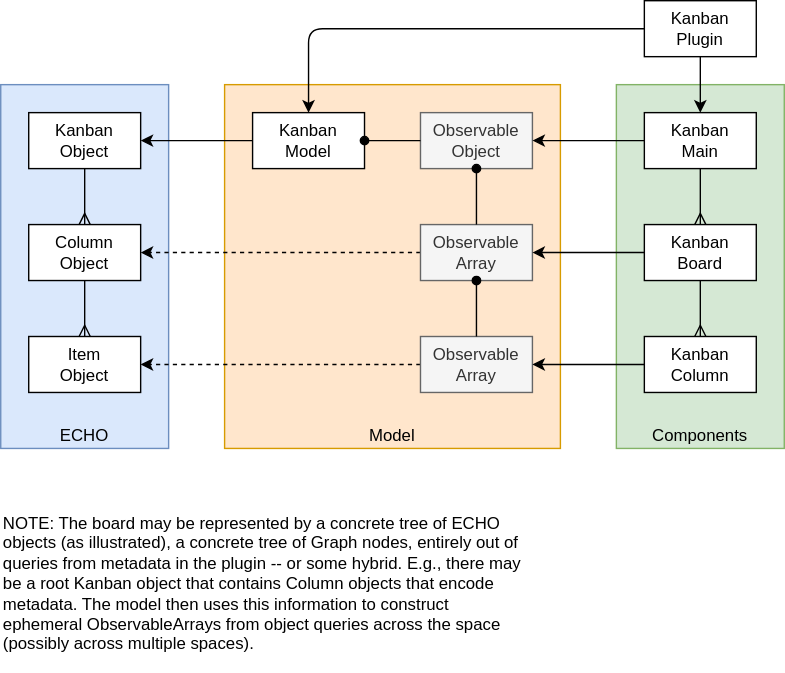
This is packages/apps/plugins/plugin-kanban/docs/plugin-model.drawio.svg from dxos/dxos, a draw.io export, as it was before one commit. Source tidied: cells renumbered, new cells last; positions are measured from the earlier drawing's top-left corner, leaving out a move shared by most shapes.
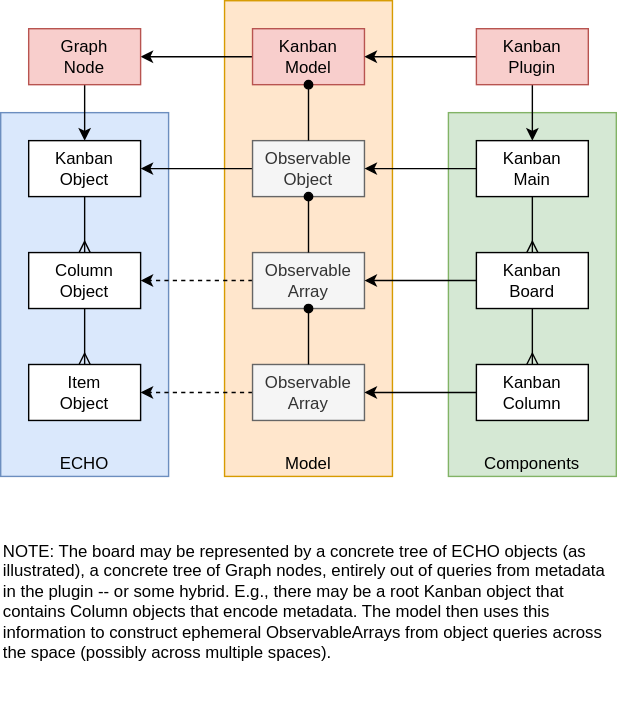
Later version of the same file.

Diff of the diagram source:
```diff
@@ -6,31 +6,34 @@
       <mxGeometry x="440" y="60" width="120" height="260" as="geometry" />
     </mxCell>
     <mxCell id="3" value="Model" style="rounded=0;whiteSpace=wrap;html=1;fillColor=#ffe6cc;strokeColor=#d79b00;verticalAlign=bottom;" parent="1" vertex="1">
-      <mxGeometry x="160" y="60" width="240" height="260" as="geometry" />
+      <mxGeometry x="280" y="-20" width="120" height="340" as="geometry" />
     </mxCell>
     <mxCell id="4" value="ECHO" style="rounded=0;whiteSpace=wrap;html=1;fillColor=#dae8fc;strokeColor=#6c8ebf;verticalAlign=bottom;" parent="1" vertex="1">
-      <mxGeometry y="60" width="120" height="260" as="geometry" />
+      <mxGeometry x="120" y="60" width="120" height="260" as="geometry" />
     </mxCell>
-    <mxCell id="5" style="edgeStyle=none;html=1;exitX=0;exitY=0.5;exitDx=0;exitDy=0;endArrow=classic;endFill=1;" parent="1" edge="1" source="6" target="8">
+    <mxCell id="5" style="edgeStyle=none;html=1;endArrow=classic;endFill=1;" parent="1" edge="1" source="14" target="8">
       <mxGeometry relative="1" as="geometry" />
     </mxCell>
+    <mxCell id="32" style="edgeStyle=none;html=1;exitX=0;exitY=0.5;exitDx=0;exitDy=0;entryX=1;entryY=0.5;entryDx=0;entryDy=0;" parent="1" edge="1" source="6" target="34">
+      <mxGeometry relative="1" as="geometry" />
+    </mxCell>
-    <mxCell id="6" value="Kanban&lt;br&gt;Model" style="rounded=0;whiteSpace=wrap;html=1;" parent="1" vertex="1">
-      <mxGeometry x="180" y="80" width="80" height="40" as="geometry" />
+    <mxCell id="6" value="Kanban&lt;br&gt;Model" style="rounded=0;whiteSpace=wrap;html=1;fillColor=#f8cecc;strokeColor=#b85450;" parent="1" vertex="1">
+      <mxGeometry x="300" width="80" height="40" as="geometry" />
     </mxCell>
     <mxCell id="7" style="edgeStyle=none;html=1;exitX=0.5;exitY=1;exitDx=0;exitDy=0;entryX=0.5;entryY=0;entryDx=0;entryDy=0;endArrow=ERmany;endFill=0;" parent="1" edge="1" source="8" target="10">
       <mxGeometry relative="1" as="geometry" />
     </mxCell>
     <mxCell id="8" value="Kanban&lt;br&gt;Object" style="rounded=0;whiteSpace=wrap;html=1;" parent="1" vertex="1">
-      <mxGeometry x="20" y="80" width="80" height="40" as="geometry" />
+      <mxGeometry x="140" y="80" width="80" height="40" as="geometry" />
     </mxCell>
     <mxCell id="9" style="edgeStyle=none;html=1;exitX=0.5;exitY=1;exitDx=0;exitDy=0;entryX=0.5;entryY=0;entryDx=0;entryDy=0;endArrow=ERmany;endFill=0;" parent="1" edge="1" source="10" target="11">
       <mxGeometry relative="1" as="geometry" />
     </mxCell>
     <mxCell id="10" value="Column&lt;br&gt;Object" style="rounded=0;whiteSpace=wrap;html=1;" parent="1" vertex="1">
-      <mxGeometry x="20" y="160" width="80" height="40" as="geometry" />
+      <mxGeometry x="140" y="160" width="80" height="40" as="geometry" />
     </mxCell>
     <mxCell id="11" value="Item&lt;br&gt;Object" style="rounded=0;whiteSpace=wrap;html=1;" parent="1" vertex="1">
-      <mxGeometry x="20" y="240" width="80" height="40" as="geometry" />
+      <mxGeometry x="140" y="240" width="80" height="40" as="geometry" />
     </mxCell>
     <mxCell id="12" style="edgeStyle=none;html=1;exitX=0;exitY=0.5;exitDx=0;exitDy=0;dashed=1;startArrow=none;startFill=0;endArrow=classic;endFill=1;" parent="1" edge="1" source="13" target="10">
       <mxGeometry relative="1" as="geometry" />
@@ -53,12 +56,8 @@
     <mxCell id="18" style="edgeStyle=none;html=1;exitX=0.5;exitY=1;exitDx=0;exitDy=0;entryX=0.5;entryY=0;entryDx=0;entryDy=0;startArrow=oval;startFill=1;endArrow=none;endFill=0;" parent="1" edge="1" source="13" target="17">
       <mxGeometry relative="1" as="geometry" />
     </mxCell>
-    <mxCell id="19" style="edgeStyle=none;html=1;entryX=0;entryY=0.5;entryDx=0;entryDy=0;startArrow=oval;startFill=1;endArrow=none;endFill=0;" parent="1" edge="1" source="6" target="14">
-      <mxGeometry relative="1" as="geometry">
-        <Array as="points">
-          <mxPoint x="280" y="100" />
-        </Array>
-      </mxGeometry>
+    <mxCell id="19" style="edgeStyle=none;html=1;startArrow=oval;startFill=1;endArrow=none;endFill=0;" parent="1" edge="1" source="6" target="14">
+      <mxGeometry relative="1" as="geometry" />
     </mxCell>
     <mxCell id="20" style="edgeStyle=none;html=1;exitX=0;exitY=0.5;exitDx=0;exitDy=0;entryX=1;entryY=0.5;entryDx=0;entryDy=0;startArrow=none;startFill=0;endArrow=classic;endFill=1;" parent="1" edge="1" source="22" target="14">
       <mxGeometry relative="1" as="geometry" />
@@ -87,18 +86,20 @@
     <mxCell id="28" style="edgeStyle=none;html=1;exitX=0.5;exitY=1;exitDx=0;exitDy=0;entryX=0.5;entryY=0;entryDx=0;entryDy=0;startArrow=none;startFill=0;endArrow=classic;endFill=1;" parent="1" edge="1" source="30" target="22">
       <mxGeometry relative="1" as="geometry" />
     </mxCell>
-    <mxCell id="29" style="edgeStyle=none;html=1;exitX=0;exitY=0.5;exitDx=0;exitDy=0;entryX=0.5;entryY=0;entryDx=0;entryDy=0;startArrow=none;startFill=0;endArrow=classic;endFill=1;" parent="1" edge="1" source="30" target="6">
-      <mxGeometry relative="1" as="geometry">
-        <Array as="points">
-          <mxPoint x="220" y="20" />
-        </Array>
-      </mxGeometry>
+    <mxCell id="29" style="edgeStyle=none;html=1;exitX=0;exitY=0.5;exitDx=0;exitDy=0;startArrow=none;startFill=0;endArrow=classic;endFill=1;" parent="1" edge="1" source="30" target="6">
+      <mxGeometry relative="1" as="geometry" />
     </mxCell>
-    <mxCell id="30" value="Kanban&lt;br&gt;Plugin" style="rounded=0;whiteSpace=wrap;html=1;" parent="1" vertex="1">
+    <mxCell id="30" value="Kanban&lt;br&gt;Plugin" style="rounded=0;whiteSpace=wrap;html=1;fillColor=#f8cecc;strokeColor=#b85450;" parent="1" vertex="1">
       <mxGeometry x="460" width="80" height="40" as="geometry" />
     </mxCell>
     <mxCell id="31" value="NOTE: The board may be represented by a concrete tree of ECHO objects (as illustrated), a concrete tree of Graph nodes, entirely out of queries from metadata in the plugin -- or some hybrid. E.g., there may be a root Kanban object that contains Column objects that encode metadata. The model then uses this information to construct ephemeral ObservableArrays from object queries across the space (possibly across multiple spaces)." style="rounded=0;whiteSpace=wrap;html=1;align=left;verticalAlign=top;fillColor=default;strokeColor=none;" parent="1" vertex="1">
-      <mxGeometry y="360" width="380" height="120" as="geometry" />
+      <mxGeometry x="120" y="360" width="440" height="120" as="geometry" />
     </mxCell>
+    <mxCell id="33" style="edgeStyle=none;html=1;exitX=0.5;exitY=1;exitDx=0;exitDy=0;entryX=0.5;entryY=0;entryDx=0;entryDy=0;" parent="1" edge="1" source="34" target="8">
+      <mxGeometry relative="1" as="geometry" />
+    </mxCell>
+    <mxCell id="34" value="Graph&lt;br&gt;Node" style="rounded=0;whiteSpace=wrap;html=1;fillColor=#f8cecc;strokeColor=#b85450;" parent="1" vertex="1">
+      <mxGeometry x="140" width="80" height="40" as="geometry" />
+    </mxCell>
   </root>
 </mxGraphModel>
```
